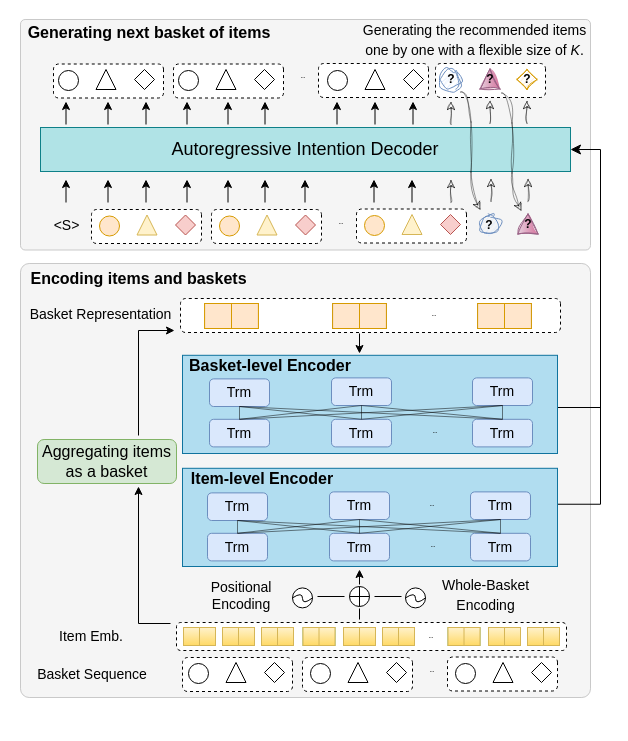
This is architecture.drawio from wenqisun/data, a draw.io file, before an edit. Source tidied: cells renumbered, new cells numbered last; positions are measured from the earlier drawing's top-left corner, leaving out a move shared by most shapes. Both pictures are drawn from the tidied source at 100%, with x=0, y=0 at pixel (17, 17).
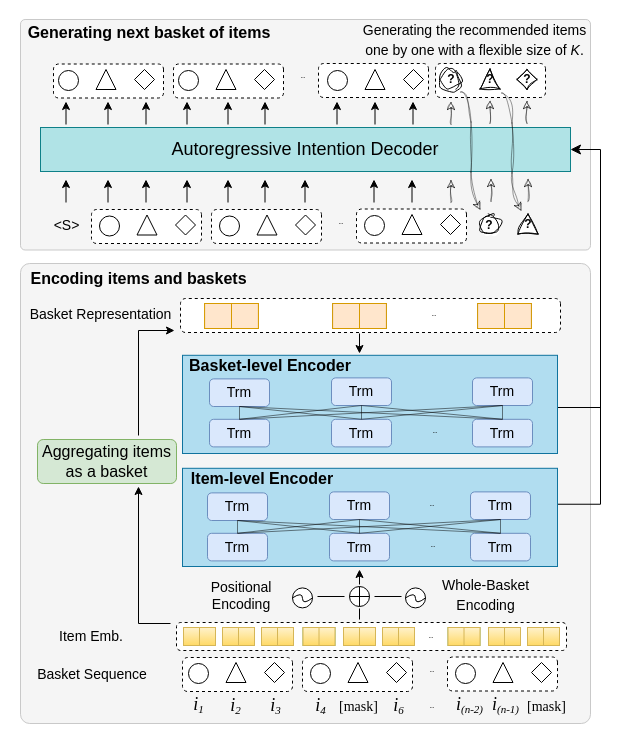
The same diagram, later.

Change to the diagram source:
```diff
@@
     <mxCell id="3" style="rounded=1;whiteSpace=wrap;html=1;fontFamily=Comic Sans MS;fontSize=12;arcSize=2;fillColor=#f5f5f5;strokeColor=#C9C9C9;fontColor=#333333;" parent="1" vertex="1">
-      <mxGeometry x="3" y="246" width="570" height="434" as="geometry" />
+      <mxGeometry x="3" y="246" width="570" height="460" as="geometry" />
     </mxCell>
@@
-    <mxCell id="6" value="&lt;font style=&quot;font-size: 16px;&quot;&gt;Aggregating items &lt;br&gt;as a basket&lt;/font&gt;" style="rounded=1;whiteSpace=wrap;html=1;fontSize=14;fillColor=#d5e8d4;strokeColor=#82b366;" parent="1" vertex="1">
+    <mxCell id="6" value="&lt;font style=&quot;font-size: 16px;&quot;&gt;Aggregating items &lt;br&gt;as a basket&lt;/font&gt;" style="rounded=1;whiteSpace=wrap;html=1;fontSize=14;fillColor=#d5e8d4;strokeColor=#82b366;arcSize=13;" parent="1" vertex="1">
       <mxGeometry x="20" y="422" width="139" height="44" as="geometry" />
     </mxCell>
@@
-    <mxCell id="43" style="ellipse;whiteSpace=wrap;html=1;fillColor=#ffe6cc;strokeColor=#d79b00;" parent="1" vertex="1">
+    <mxCell id="43" style="ellipse;whiteSpace=wrap;html=1;" parent="1" vertex="1">
       <mxGeometry x="82" y="198.5" width="20" height="20" as="geometry" />
     </mxCell>
-    <mxCell id="44" style="triangle;whiteSpace=wrap;html=1;fontFamily=Comic Sans MS;fontSize=14;direction=north;fillColor=#fff2cc;strokeColor=#d6b656;" parent="1" vertex="1">
+    <mxCell id="44" style="triangle;whiteSpace=wrap;html=1;fontFamily=Comic Sans MS;fontSize=14;direction=north;" parent="1" vertex="1">
       <mxGeometry x="119.5" y="197.5" width="20" height="20" as="geometry" />
     </mxCell>
-    <mxCell id="45" style="rhombus;whiteSpace=wrap;html=1;fontFamily=Comic Sans MS;fontSize=14;fillColor=#f8cecc;strokeColor=#b85450;" parent="1" vertex="1">
+    <mxCell id="45" style="rhombus;whiteSpace=wrap;html=1;fontFamily=Comic Sans MS;fontSize=14;" parent="1" vertex="1">
       <mxGeometry x="158" y="197.5" width="20" height="20" as="geometry" />
     </mxCell>
@@
-    <mxCell id="48" style="ellipse;whiteSpace=wrap;html=1;fillColor=#ffe6cc;strokeColor=#d79b00;" parent="1" vertex="1">
+    <mxCell id="48" style="ellipse;whiteSpace=wrap;html=1;" parent="1" vertex="1">
       <mxGeometry x="202" y="198.5" width="20" height="20" as="geometry" />
     </mxCell>
-    <mxCell id="49" style="triangle;whiteSpace=wrap;html=1;fontFamily=Comic Sans MS;fontSize=14;direction=north;fillColor=#fff2cc;strokeColor=#d6b656;" parent="1" vertex="1">
+    <mxCell id="49" style="triangle;whiteSpace=wrap;html=1;fontFamily=Comic Sans MS;fontSize=14;direction=north;" parent="1" vertex="1">
       <mxGeometry x="239.5" y="197.5" width="20" height="20" as="geometry" />
     </mxCell>
-    <mxCell id="50" style="rhombus;whiteSpace=wrap;html=1;fontFamily=Comic Sans MS;fontSize=14;fillColor=#f8cecc;strokeColor=#b85450;" parent="1" vertex="1">
+    <mxCell id="50" style="rhombus;whiteSpace=wrap;html=1;fontFamily=Comic Sans MS;fontSize=14;" parent="1" vertex="1">
       <mxGeometry x="278" y="197.5" width="20" height="20" as="geometry" />
     </mxCell>
@@
-    <mxCell id="52" style="ellipse;whiteSpace=wrap;html=1;fillColor=#ffe6cc;strokeColor=#d79b00;" parent="1" vertex="1">
+    <mxCell id="52" style="ellipse;whiteSpace=wrap;html=1;" parent="1" vertex="1">
       <mxGeometry x="347" y="198" width="20" height="20" as="geometry" />
     </mxCell>
-    <mxCell id="53" style="triangle;whiteSpace=wrap;html=1;fontFamily=Comic Sans MS;fontSize=14;direction=north;fillColor=#fff2cc;strokeColor=#d6b656;" parent="1" vertex="1">
+    <mxCell id="53" style="triangle;whiteSpace=wrap;html=1;fontFamily=Comic Sans MS;fontSize=14;direction=north;" parent="1" vertex="1">
       <mxGeometry x="384.5" y="197" width="20" height="20" as="geometry" />
     </mxCell>
-    <mxCell id="54" style="rhombus;whiteSpace=wrap;html=1;fontFamily=Comic Sans MS;fontSize=14;fillColor=#f8cecc;strokeColor=#b85450;" parent="1" vertex="1">
+    <mxCell id="54" style="rhombus;whiteSpace=wrap;html=1;fontFamily=Comic Sans MS;fontSize=14;" parent="1" vertex="1">
       <mxGeometry x="423" y="197" width="20" height="20" as="geometry" />
     </mxCell>
@@
-    <mxCell id="80" value="&lt;b style=&quot;&quot;&gt;?&lt;/b&gt;" style="ellipse;whiteSpace=wrap;html=1;fillColor=#dae8fc;strokeColor=#6c8ebf;sketch=1;curveFitting=1;jiggle=2;" parent="1" vertex="1">
+    <mxCell id="80" value="&lt;b style=&quot;&quot;&gt;?&lt;/b&gt;" style="ellipse;whiteSpace=wrap;html=1;sketch=1;curveFitting=1;jiggle=2;" parent="1" vertex="1">
       <mxGeometry x="423.5" y="52" width="20" height="20" as="geometry" />
     </mxCell>
-    <mxCell id="81" value="&lt;font face=&quot;Helvetica&quot; style=&quot;font-size: 12px;&quot;&gt;&lt;b&gt;?&lt;/b&gt;&lt;/font&gt;" style="rhombus;whiteSpace=wrap;html=1;fontFamily=Comic Sans MS;fontSize=14;fillColor=#ffe6cc;strokeColor=#d79b00;sketch=1;curveFitting=1;jiggle=2;" parent="1" vertex="1">
+    <mxCell id="81" value="&lt;font face=&quot;Helvetica&quot; style=&quot;font-size: 12px;&quot;&gt;&lt;b&gt;?&lt;/b&gt;&lt;/font&gt;" style="rhombus;whiteSpace=wrap;html=1;fontFamily=Comic Sans MS;fontSize=14;sketch=1;curveFitting=1;jiggle=2;" parent="1" vertex="1">
       <mxGeometry x="499.5" y="52" width="20" height="20" as="geometry" />
     </mxCell>
-    <mxCell id="82" value="&lt;b style=&quot;&quot;&gt;?&lt;/b&gt;" style="ellipse;whiteSpace=wrap;html=1;fillColor=#dae8fc;strokeColor=#6c8ebf;sketch=1;curveFitting=1;jiggle=2;" parent="1" vertex="1">
+    <mxCell id="82" value="&lt;b style=&quot;&quot;&gt;?&lt;/b&gt;" style="ellipse;whiteSpace=wrap;html=1;sketch=1;curveFitting=1;jiggle=2;" parent="1" vertex="1">
       <mxGeometry x="462" y="197.5" width="20" height="20" as="geometry" />
     </mxCell>
-    <mxCell id="83" value="&lt;font face=&quot;Helvetica&quot; style=&quot;font-size: 12px;&quot;&gt;&lt;b&gt;?&lt;/b&gt;&lt;/font&gt;" style="triangle;whiteSpace=wrap;html=1;fontFamily=Comic Sans MS;fontSize=14;direction=north;fillColor=#e6d0de;strokeColor=#996185;sketch=1;curveFitting=1;jiggle=2;gradientColor=#d5739d;" parent="1" vertex="1">
+    <mxCell id="83" value="&lt;font face=&quot;Helvetica&quot; style=&quot;font-size: 12px;&quot;&gt;&lt;b&gt;?&lt;/b&gt;&lt;/font&gt;" style="triangle;whiteSpace=wrap;html=1;fontFamily=Comic Sans MS;fontSize=14;direction=north;sketch=1;curveFitting=1;jiggle=2;" parent="1" vertex="1">
       <mxGeometry x="500.5" y="196.5" width="20" height="20" as="geometry" />
     </mxCell>
@@
-    <mxCell id="86" value="&lt;font face=&quot;Helvetica&quot; style=&quot;font-size: 12px;&quot;&gt;&lt;b&gt;?&lt;/b&gt;&lt;/font&gt;" style="triangle;whiteSpace=wrap;html=1;fontFamily=Comic Sans MS;fontSize=14;direction=north;fillColor=#e6d0de;strokeColor=#996185;sketch=1;curveFitting=1;jiggle=2;gradientColor=#d5739d;" parent="1" vertex="1">
+    <mxCell id="86" value="&lt;font face=&quot;Helvetica&quot; style=&quot;font-size: 12px;&quot;&gt;&lt;b&gt;?&lt;/b&gt;&lt;/font&gt;" style="triangle;whiteSpace=wrap;html=1;fontFamily=Comic Sans MS;fontSize=14;direction=north;sketch=1;curveFitting=1;jiggle=2;" parent="1" vertex="1">
       <mxGeometry x="462.5" y="51.5" width="20" height="20" as="geometry" />
     </mxCell>
@@
+    <mxCell id="181" value="&lt;i style=&quot;&quot;&gt;&lt;font face=&quot;Times New Roman&quot;&gt;&lt;font style=&quot;font-size: 18px;&quot;&gt;i&lt;/font&gt;&lt;sub style=&quot;&quot;&gt;&lt;font style=&quot;font-size: 11px;&quot;&gt;1&lt;/font&gt;&lt;/sub&gt;&lt;/font&gt;&lt;/i&gt;" style="text;strokeColor=none;align=center;fillColor=none;html=1;verticalAlign=middle;whiteSpace=wrap;rounded=0;fontSize=14;fontFamily=Helvetica;" parent="1" vertex="1">
+      <mxGeometry x="168" y="673" width="27" height="30" as="geometry" />
+    </mxCell>
+    <mxCell id="182" value="&lt;i style=&quot;&quot;&gt;&lt;font face=&quot;Times New Roman&quot;&gt;&lt;font style=&quot;font-size: 18px;&quot;&gt;i&lt;/font&gt;&lt;sub style=&quot;&quot;&gt;&lt;font style=&quot;font-size: 11px;&quot;&gt;2&lt;/font&gt;&lt;/sub&gt;&lt;/font&gt;&lt;/i&gt;" style="text;strokeColor=none;align=center;fillColor=none;html=1;verticalAlign=middle;whiteSpace=wrap;rounded=0;fontSize=14;fontFamily=Helvetica;" parent="1" vertex="1">
+      <mxGeometry x="205" y="674" width="27" height="30" as="geometry" />
+    </mxCell>
+    <mxCell id="183" value="&lt;font style=&quot;&quot; face=&quot;Times New Roman&quot;&gt;&lt;i&gt;&lt;font style=&quot;font-size: 18px;&quot;&gt;i&lt;/font&gt;&lt;sub style=&quot;&quot;&gt;&lt;font style=&quot;font-size: 11px;&quot;&gt;3&lt;/font&gt;&lt;/sub&gt;&lt;/i&gt;&lt;/font&gt;" style="text;strokeColor=none;align=center;fillColor=none;html=1;verticalAlign=middle;whiteSpace=wrap;rounded=0;fontSize=14;fontFamily=Helvetica;" parent="1" vertex="1">
+      <mxGeometry x="245" y="674" width="27" height="30" as="geometry" />
+    </mxCell>
+    <mxCell id="184" value="&lt;font style=&quot;&quot; face=&quot;Times New Roman&quot;&gt;&lt;i&gt;&lt;font style=&quot;font-size: 18px;&quot;&gt;i&lt;/font&gt;&lt;sub style=&quot;&quot;&gt;&lt;font style=&quot;font-size: 11px;&quot;&gt;4&lt;/font&gt;&lt;/sub&gt;&lt;/i&gt;&lt;/font&gt;" style="text;strokeColor=none;align=center;fillColor=none;html=1;verticalAlign=middle;whiteSpace=wrap;rounded=0;fontSize=14;fontFamily=Helvetica;" parent="1" vertex="1">
+      <mxGeometry x="290" y="674" width="27" height="30" as="geometry" />
+    </mxCell>
+    <mxCell id="185" value="&lt;font style=&quot;font-size: 14px;&quot; face=&quot;Times New Roman&quot;&gt;[mask]&lt;/font&gt;" style="text;strokeColor=none;align=center;fillColor=none;html=1;verticalAlign=middle;whiteSpace=wrap;rounded=0;fontSize=14;fontFamily=Helvetica;" parent="1" vertex="1">
+      <mxGeometry x="328" y="674" width="27" height="30" as="geometry" />
+    </mxCell>
+    <mxCell id="186" value="&lt;font style=&quot;&quot; face=&quot;Times New Roman&quot;&gt;&lt;i&gt;&lt;font style=&quot;font-size: 18px;&quot;&gt;i&lt;/font&gt;&lt;sub style=&quot;&quot;&gt;&lt;font style=&quot;font-size: 11px;&quot;&gt;6&lt;/font&gt;&lt;/sub&gt;&lt;/i&gt;&lt;/font&gt;" style="text;strokeColor=none;align=center;fillColor=none;html=1;verticalAlign=middle;whiteSpace=wrap;rounded=0;fontSize=14;fontFamily=Helvetica;" parent="1" vertex="1">
+      <mxGeometry x="368" y="674" width="27" height="30" as="geometry" />
+    </mxCell>
+    <mxCell id="187" value="&lt;p style=&quot;line-height: 0%;&quot;&gt;&lt;font face=&quot;Comic Sans MS&quot;&gt;&lt;span style=&quot;font-size: 11px;&quot;&gt;...&lt;/span&gt;&lt;/font&gt;&lt;/p&gt;" style="text;strokeColor=none;align=center;fillColor=none;html=1;verticalAlign=middle;whiteSpace=wrap;rounded=0;dashed=1;" parent="1" vertex="1">
+      <mxGeometry x="400" y="671.5" width="30" height="30" as="geometry" />
+    </mxCell>
+    <mxCell id="188" value="&lt;font style=&quot;font-size: 14px;&quot; face=&quot;Times New Roman&quot;&gt;[mask]&lt;/font&gt;" style="text;strokeColor=none;align=center;fillColor=none;html=1;verticalAlign=middle;whiteSpace=wrap;rounded=0;fontSize=14;fontFamily=Helvetica;" parent="1" vertex="1">
+      <mxGeometry x="515.5" y="673.5" width="27" height="30" as="geometry" />
+    </mxCell>
+    <mxCell id="189" value="&lt;font style=&quot;&quot; face=&quot;Times New Roman&quot;&gt;&lt;i&gt;&lt;font style=&quot;font-size: 18px;&quot;&gt;i&lt;/font&gt;&lt;sub style=&quot;&quot;&gt;&lt;font style=&quot;font-size: 11px;&quot;&gt;(n-1)&lt;/font&gt;&lt;/sub&gt;&lt;/i&gt;&lt;/font&gt;" style="text;strokeColor=none;align=center;fillColor=none;html=1;verticalAlign=middle;whiteSpace=wrap;rounded=0;fontSize=14;fontFamily=Helvetica;" parent="1" vertex="1">
+      <mxGeometry x="470" y="673" width="37" height="30" as="geometry" />
+    </mxCell>
+    <mxCell id="190" value="&lt;font style=&quot;&quot; face=&quot;Times New Roman&quot;&gt;&lt;i&gt;&lt;font style=&quot;font-size: 18px;&quot;&gt;i&lt;/font&gt;&lt;sub style=&quot;&quot;&gt;&lt;font style=&quot;font-size: 11px;&quot;&gt;(n-2)&lt;/font&gt;&lt;/sub&gt;&lt;/i&gt;&lt;/font&gt;" style="text;strokeColor=none;align=center;fillColor=none;html=1;verticalAlign=middle;whiteSpace=wrap;rounded=0;fontSize=14;fontFamily=Helvetica;" parent="1" vertex="1">
+      <mxGeometry x="434" y="673" width="37" height="30" as="geometry" />
+    </mxCell>
```
